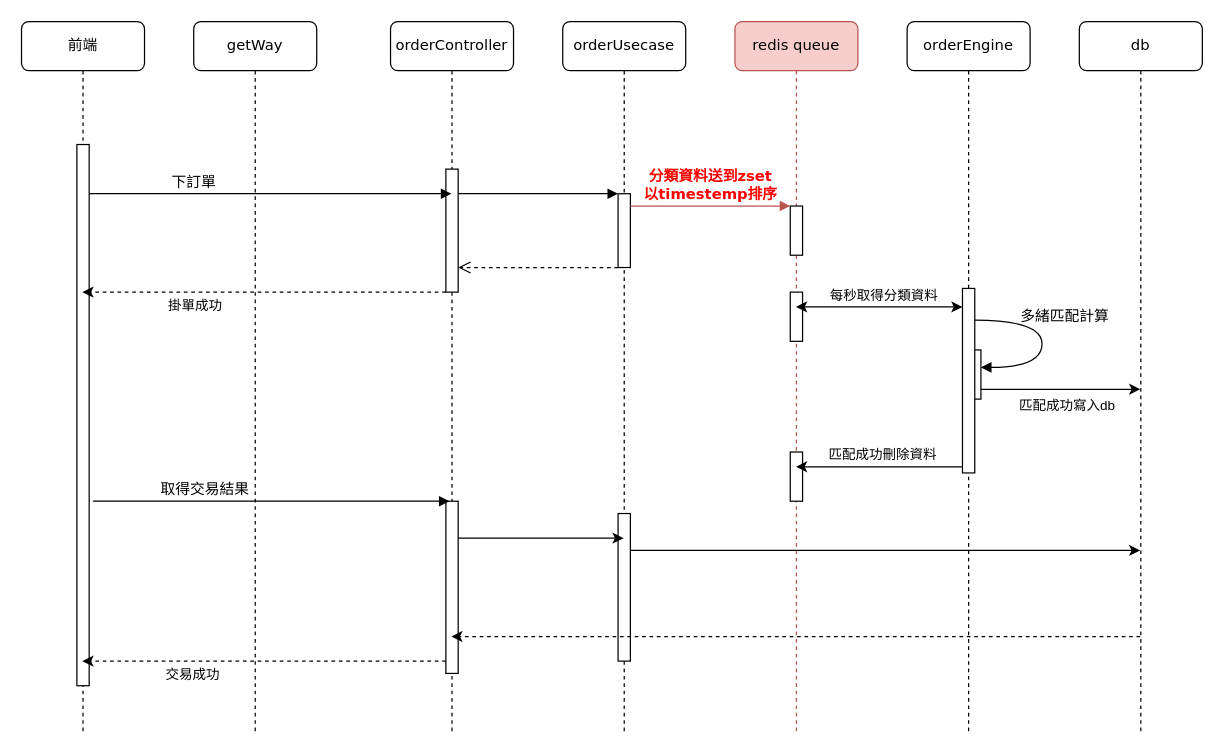
Before: orderFlow.drawio in alar2000kimo5/OrderSystem, a draw.io diagram. Source tidied: cells renumbered, new cells numbered last; positions are measured from the earlier drawing's top-left corner, leaving out a move shared by most shapes. Both pictures are drawn from the tidied source at 123%, with x=0, y=0 at pixel (21, 21).
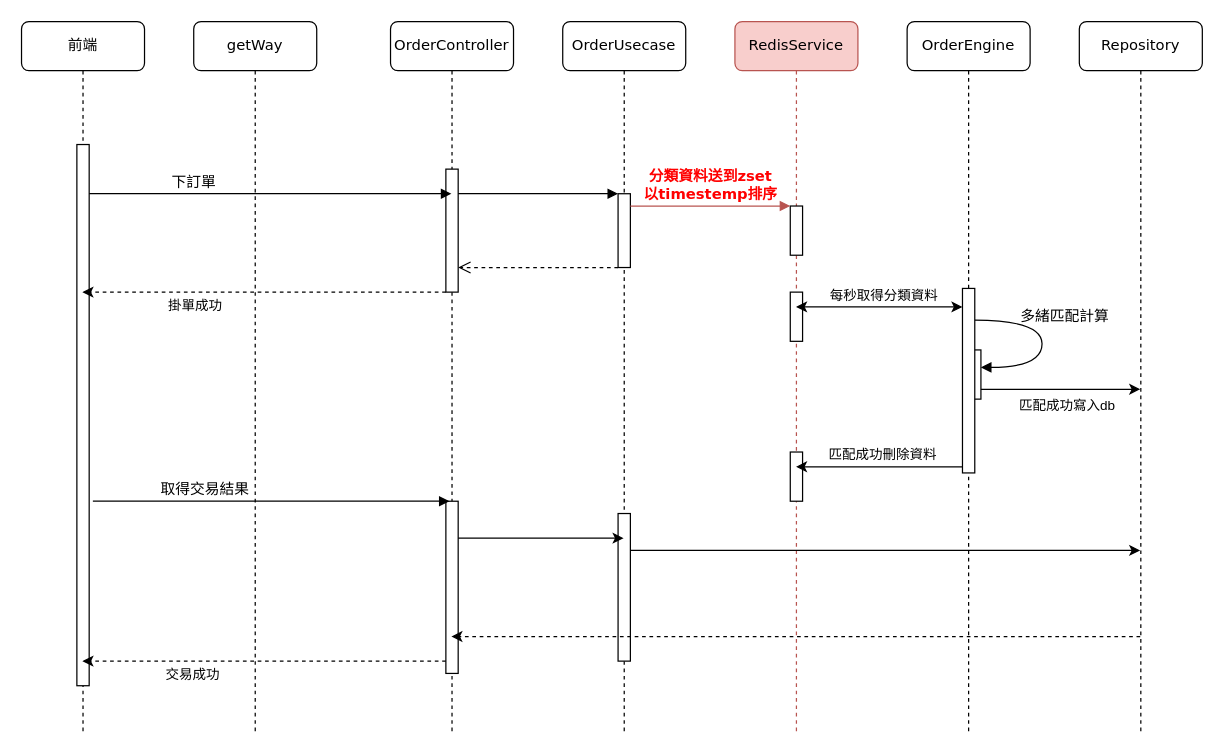
Above is the later version.

What changed in the source:
```diff
@@
-    <mxCell id="3" value="orderController" style="shape=umlLifeline;perimeter=lifelinePerimeter;whiteSpace=wrap;html=1;outlineConnect=0;rounded=1;shadow=0;comic=0;labelBackgroundColor=none;strokeWidth=1;fontFamily=Verdana;fontSize=12;align=center;" parent="1" vertex="1">
+    <mxCell id="3" value="OrderController" style="shape=umlLifeline;perimeter=lifelinePerimeter;whiteSpace=wrap;html=1;outlineConnect=0;rounded=1;shadow=0;comic=0;labelBackgroundColor=none;strokeWidth=1;fontFamily=Verdana;fontSize=12;align=center;" parent="1" vertex="1">
       <mxGeometry x="300" width="100" height="580" as="geometry" />
     </mxCell>
@@
-    <mxCell id="6" value="orderUsecase" style="shape=umlLifeline;perimeter=lifelinePerimeter;whiteSpace=wrap;html=1;outlineConnect=0;rounded=1;shadow=0;comic=0;labelBackgroundColor=none;strokeWidth=1;fontFamily=Verdana;fontSize=12;align=center;" parent="1" vertex="1">
+    <mxCell id="6" value="OrderUsecase" style="shape=umlLifeline;perimeter=lifelinePerimeter;whiteSpace=wrap;html=1;outlineConnect=0;rounded=1;shadow=0;comic=0;labelBackgroundColor=none;strokeWidth=1;fontFamily=Verdana;fontSize=12;align=center;" parent="1" vertex="1">
       <mxGeometry x="440" width="100" height="580" as="geometry" />
     </mxCell>
@@
-    <mxCell id="9" value="redis queue" style="shape=umlLifeline;perimeter=lifelinePerimeter;whiteSpace=wrap;html=1;rounded=1;shadow=0;comic=0;labelBackgroundColor=none;strokeWidth=1;fontFamily=Verdana;fontSize=12;align=center;fillColor=#f8cecc;strokeColor=#b85450;" parent="1" vertex="1">
+    <mxCell id="9" value="RedisService" style="shape=umlLifeline;perimeter=lifelinePerimeter;whiteSpace=wrap;html=1;rounded=1;shadow=0;comic=0;labelBackgroundColor=none;strokeWidth=1;fontFamily=Verdana;fontSize=12;align=center;fillColor=#f8cecc;strokeColor=#b85450;" parent="1" vertex="1">
       <mxGeometry x="580" width="100" height="580" as="geometry" />
     </mxCell>
@@
-    <mxCell id="12" value="orderEngine" style="shape=umlLifeline;perimeter=lifelinePerimeter;whiteSpace=wrap;html=1;rounded=1;shadow=0;comic=0;labelBackgroundColor=none;strokeWidth=1;fontFamily=Verdana;fontSize=12;align=center;" parent="1" vertex="1">
+    <mxCell id="12" value="OrderEngine" style="shape=umlLifeline;perimeter=lifelinePerimeter;whiteSpace=wrap;html=1;rounded=1;shadow=0;comic=0;labelBackgroundColor=none;strokeWidth=1;fontFamily=Verdana;fontSize=12;align=center;" parent="1" vertex="1">
       <mxGeometry x="720" width="100" height="580" as="geometry" />
     </mxCell>
@@
-    <mxCell id="16" value="db" style="shape=umlLifeline;perimeter=lifelinePerimeter;whiteSpace=wrap;html=1;outlineConnect=0;rounded=1;shadow=0;comic=0;labelBackgroundColor=none;strokeWidth=1;fontFamily=Verdana;fontSize=12;align=center;" parent="1" vertex="1">
+    <mxCell id="16" value="Repository" style="shape=umlLifeline;perimeter=lifelinePerimeter;whiteSpace=wrap;html=1;outlineConnect=0;rounded=1;shadow=0;comic=0;labelBackgroundColor=none;strokeWidth=1;fontFamily=Verdana;fontSize=12;align=center;" parent="1" vertex="1">
       <mxGeometry x="860" width="100" height="580" as="geometry" />
     </mxCell>
```
